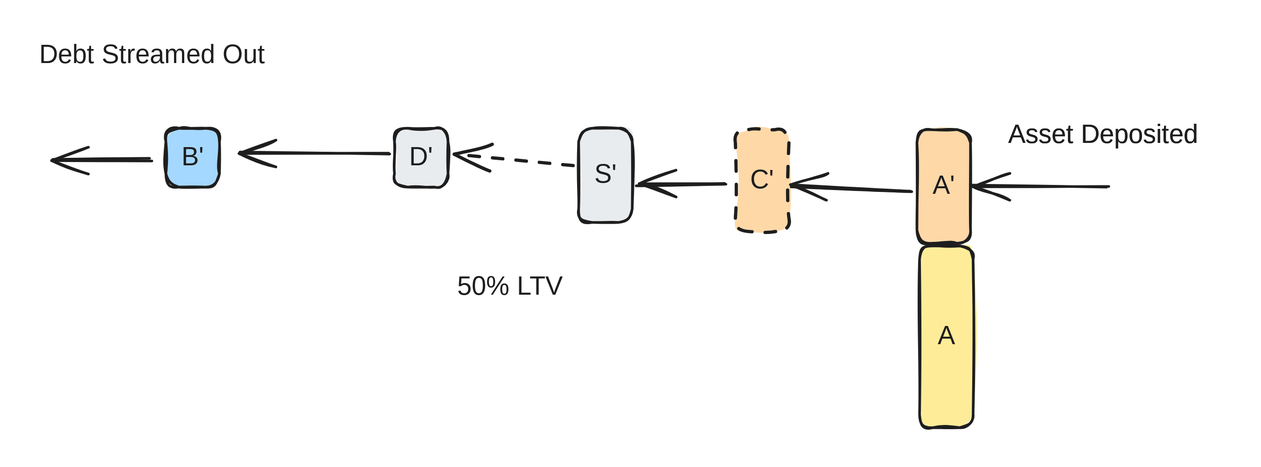
Above: .gitbook/assets/file.excalidraw (18).svg in decaswap-labs/docs (Excalidraw), before the change. Source tidied: one line per element, renumbered; positions are measured from the earlier drawing's top-left corner, leaving out a move shared by most shapes. Source of this version:
```json
{"id": 0, "type": "rectangle", "strokeColor": "#1e1e1e", "backgroundColor": "#ffec99", "fillStyle": "solid", "strokeWidth": 2, "roughness": 1, "round": true, "x": 674, "y": 158, "width": 41, "height": 139}
{"id": 1, "type": "text", "text": "A", "strokeColor": "#1e1e1e", "backgroundColor": "#ffec99", "fillStyle": "solid", "strokeWidth": 2, "roughness": 1, "fontSize": 20, "fontFamily": 1, "textAlign": "center", "verticalAlign": "middle", "inside": 0, "x": 688, "y": 215, "width": 13, "height": 25}
{"id": 2, "type": "rectangle", "strokeColor": "#1e1e1e", "backgroundColor": "#ffd8a8", "fillStyle": "solid", "strokeWidth": 2, "roughness": 1, "round": true, "x": 672, "y": 69, "width": 41, "height": 87}
{"id": 3, "type": "text", "text": "A'", "strokeColor": "#1e1e1e", "backgroundColor": "#ffec99", "fillStyle": "solid", "strokeWidth": 2, "roughness": 1, "fontSize": 20, "fontFamily": 1, "textAlign": "center", "verticalAlign": "middle", "inside": 2, "x": 683, "y": 100, "width": 18, "height": 25}
{"id": 4, "type": "rectangle", "strokeColor": "#1e1e1e", "backgroundColor": "#ffd8a8", "fillStyle": "solid", "strokeWidth": 2, "strokeStyle": "dashed", "roughness": 1, "round": true, "x": 533, "y": 69, "width": 41, "height": 78}
{"id": 5, "type": "text", "text": "C'", "strokeColor": "#1e1e1e", "backgroundColor": "#ffec99", "fillStyle": "solid", "strokeWidth": 2, "roughness": 1, "fontSize": 20, "fontFamily": 1, "textAlign": "center", "verticalAlign": "middle", "inside": 4, "x": 544, "y": 96, "width": 18, "height": 25}
{"id": 6, "type": "rectangle", "strokeColor": "#1e1e1e", "backgroundColor": "#e9ecef", "fillStyle": "solid", "strokeWidth": 2, "roughness": 1, "round": true, "x": 413, "y": 68, "width": 41, "height": 72}
{"id": 7, "type": "text", "text": "S'", "strokeColor": "#1e1e1e", "backgroundColor": "#ffec99", "fillStyle": "solid", "strokeWidth": 2, "roughness": 1, "fontSize": 20, "fontFamily": 1, "textAlign": "center", "verticalAlign": "middle", "inside": 6, "x": 425, "y": 92, "width": 17, "height": 25}
{"id": 8, "type": "arrow", "strokeColor": "#1e1e1e", "backgroundColor": "#e9ecef", "fillStyle": "solid", "strokeWidth": 2, "roughness": 1, "endArrowhead": "arrow", "round": true, "from": 2, "to": 4, "x": 667, "y": 115, "width": 92, "height": 3, "points": [[0, 0], [-92, -3]]}
{"id": 9, "type": "arrow", "strokeColor": "#1e1e1e", "backgroundColor": "#e9ecef", "fillStyle": "solid", "strokeWidth": 2, "roughness": 1, "endArrowhead": "arrow", "round": true, "from": 4, "to": 6, "x": 525, "y": 110, "width": 67, "height": 1, "points": [[0, 0], [-67, 1]]}
{"id": 10, "type": "arrow", "strokeColor": "#1e1e1e", "backgroundColor": "#e9ecef", "fillStyle": "solid", "strokeWidth": 2, "roughness": 1, "endArrowhead": "arrow", "round": true, "to": 2, "x": 818, "y": 112, "width": 104, "height": 0, "points": [[0, 0], [-104, 0]]}
{"id": 11, "type": "text", "text": "Asset Deposited", "strokeColor": "#1e1e1e", "backgroundColor": "#e9ecef", "fillStyle": "solid", "strokeWidth": 2, "roughness": 1, "fontSize": 20, "fontFamily": 1, "x": 742, "y": 61, "width": 163, "height": 25}
{"id": 12, "type": "text", "text": "Debt Streamed Out", "strokeColor": "#1e1e1e", "backgroundColor": "#e9ecef", "fillStyle": "solid", "strokeWidth": 2, "roughness": 1, "fontSize": 20, "fontFamily": 1, "x": 0, "y": 0, "width": 197, "height": 25}
{"id": 13, "type": "text", "text": "50% LTV", "strokeColor": "#1e1e1e", "backgroundColor": "#e9ecef", "fillStyle": "solid", "strokeWidth": 2, "roughness": 1, "fontSize": 20, "fontFamily": 1, "x": 320, "y": 177, "width": 93, "height": 25}
{"id": 14, "type": "text", "text": "Asset Deposited", "strokeColor": "#1e1e1e", "backgroundColor": "#e9ecef", "fillStyle": "solid", "strokeWidth": 2, "roughness": 1, "fontSize": 20, "fontFamily": 1, "x": 742, "y": 61, "width": 163, "height": 25}
{"id": 15, "type": "rectangle", "strokeColor": "#1e1e1e", "backgroundColor": "#e9ecef", "fillStyle": "solid", "strokeWidth": 2, "roughness": 1, "round": true, "x": 272, "y": 68, "width": 41, "height": 45}
{"id": 16, "type": "text", "text": "D'", "strokeColor": "#1e1e1e", "backgroundColor": "#ffec99", "fillStyle": "solid", "strokeWidth": 2, "roughness": 1, "fontSize": 20, "fontFamily": 1, "textAlign": "center", "verticalAlign": "middle", "inside": 15, "x": 282, "y": 78, "width": 21, "height": 25}
{"id": 17, "type": "rectangle", "strokeColor": "#1e1e1e", "backgroundColor": "#a5d8ff", "fillStyle": "solid", "strokeWidth": 2, "roughness": 1, "round": true, "x": 97, "y": 68, "width": 41, "height": 45}
{"id": 18, "type": "text", "text": "B'", "strokeColor": "#1e1e1e", "backgroundColor": "#ffec99", "fillStyle": "solid", "strokeWidth": 2, "roughness": 1, "fontSize": 20, "fontFamily": 1, "textAlign": "center", "verticalAlign": "middle", "inside": 17, "x": 108, "y": 78, "width": 20, "height": 25}
{"id": 19, "type": "arrow", "strokeColor": "#1e1e1e", "backgroundColor": "#a5d8ff", "fillStyle": "solid", "strokeWidth": 2, "roughness": 1, "endArrowhead": "arrow", "round": true, "from": 15, "to": 17, "x": 267, "y": 87, "width": 114, "height": 0, "points": [[0, 0], [-114, 0]]}
{"id": 20, "type": "arrow", "strokeColor": "#1e1e1e", "backgroundColor": "#a5d8ff", "fillStyle": "solid", "strokeWidth": 2, "roughness": 1, "endArrowhead": "arrow", "round": true, "from": 17, "x": 85, "y": 92, "width": 75, "height": 1, "points": [[0, 0], [-75, 1]]}
{"id": 21, "type": "arrow", "strokeColor": "#1e1e1e", "backgroundColor": "#a5d8ff", "fillStyle": "solid", "strokeWidth": 2, "strokeStyle": "dashed", "roughness": 1, "endArrowhead": "arrow", "round": true, "from": 6, "to": 15, "x": 408, "y": 96, "width": 91, "height": 8, "points": [[0, 0], [-91, -8]]}
```
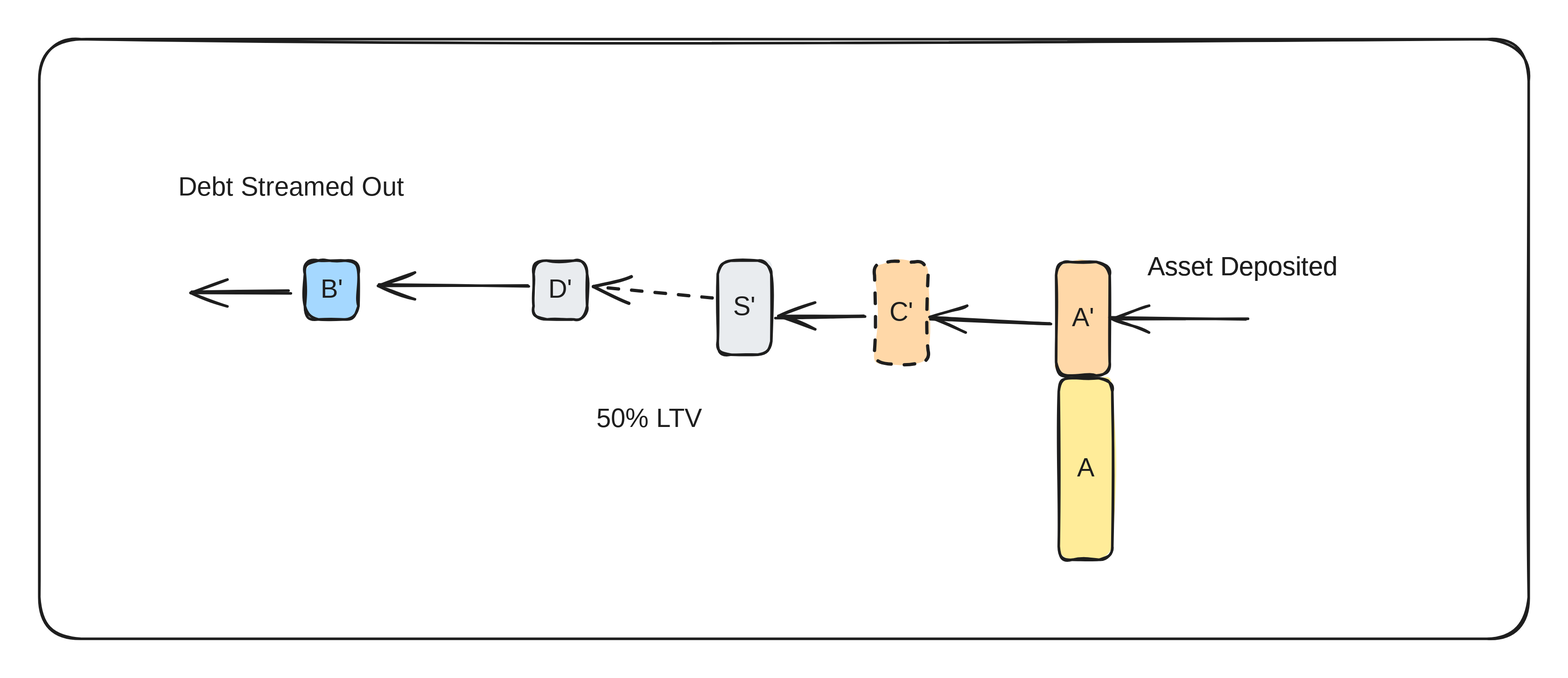
After the commit.

Change to the diagram source:
```diff
@@ -20,3 +20,4 @@
 {"id": 19, "type": "arrow", "strokeColor": "#1e1e1e", "backgroundColor": "#a5d8ff", "fillStyle": "solid", "strokeWidth": 2, "roughness": 1, "endArrowhead": "arrow", "round": true, "from": 15, "to": 17, "x": 267, "y": 87, "width": 114, "height": 0, "points": [[0, 0], [-114, 0]]}
 {"id": 20, "type": "arrow", "strokeColor": "#1e1e1e", "backgroundColor": "#a5d8ff", "fillStyle": "solid", "strokeWidth": 2, "roughness": 1, "endArrowhead": "arrow", "round": true, "from": 17, "x": 85, "y": 92, "width": 75, "height": 1, "points": [[0, 0], [-75, 1]]}
 {"id": 21, "type": "arrow", "strokeColor": "#1e1e1e", "backgroundColor": "#a5d8ff", "fillStyle": "solid", "strokeWidth": 2, "strokeStyle": "dashed", "roughness": 1, "endArrowhead": "arrow", "round": true, "from": 6, "to": 15, "x": 408, "y": 96, "width": 91, "height": 8, "points": [[0, 0], [-91, -8]]}
+{"id": 22, "type": "rectangle", "strokeColor": "#1e1e1e", "strokeWidth": 2, "roughness": 1, "round": true, "x": -106, "y": -102, "width": 1140, "height": 459}
```
